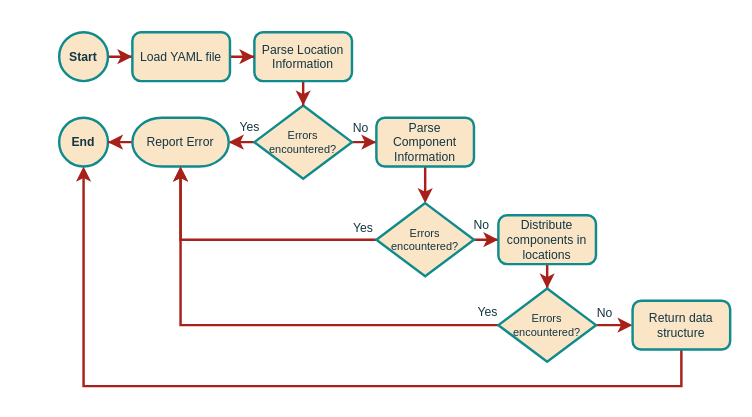
MrDahaniel/StarDuck keeps this draw.io diagram as 3. Proyecto/metamodel/LexicalFlow.drawio. Above is the earlier version. Source tidied: cells renumbered, new cells numbered last; positions are measured from the earlier drawing's top-left corner, leaving out a move shared by most shapes. Both pictures are drawn from the tidied source at 122%, with x=0, y=0 at pixel (59, 32).
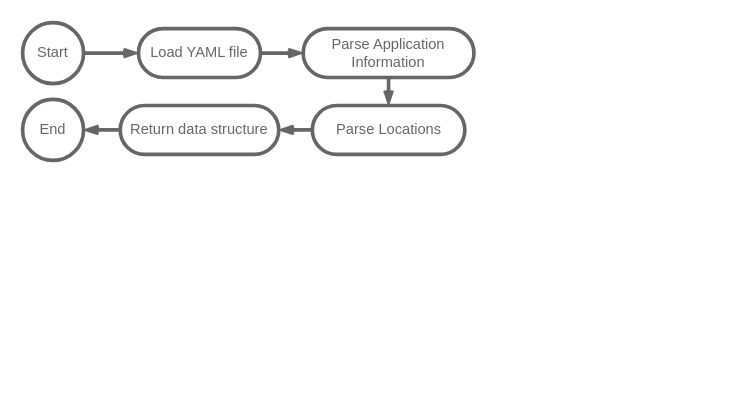
Above is the later version.

Change to the diagram source:
```diff
@@
-    <mxCell id="2" style="edgeStyle=orthogonalEdgeStyle;shape=connector;rounded=0;jettySize=auto;html=1;exitX=0;exitY=0.5;exitDx=0;exitDy=0;exitPerimeter=0;labelBackgroundColor=default;strokeColor=#A8201A;strokeWidth=2;fontFamily=Helvetica;fontSize=11;fontColor=#143642;endArrow=classic;fillColor=#FAE5C7;" parent="1" edge="1" source="4" target="16">
-      <mxGeometry relative="1" as="geometry" />
-    </mxCell>
-    <mxCell id="3" style="edgeStyle=orthogonalEdgeStyle;shape=connector;rounded=0;jettySize=auto;html=1;labelBackgroundColor=default;strokeColor=#A8201A;strokeWidth=2;fontFamily=Helvetica;fontSize=11;fontColor=#143642;endArrow=classic;fillColor=#FAE5C7;" parent="1" edge="1" source="4" target="10">
-      <mxGeometry relative="1" as="geometry" />
-    </mxCell>
-    <mxCell id="4" value="Errors &lt;br&gt;encountered?" style="strokeWidth=2;html=1;shape=mxgraph.flowchart.decision;whiteSpace=wrap;strokeColor=#0F8B8D;fontFamily=Helvetica;fontSize=9;fontColor=#143642;fillColor=#FAE5C7;" parent="1" vertex="1">
-      <mxGeometry x="160" y="60" width="80" height="60" as="geometry" />
-    </mxCell>
-    <mxCell id="5" value="End" style="strokeWidth=2;html=1;shape=mxgraph.flowchart.start_2;whiteSpace=wrap;labelBackgroundColor=none;fillColor=#FAE5C7;strokeColor=#0F8B8D;fontColor=#143642;fontSize=10;fontStyle=1;" parent="1" vertex="1">
-      <mxGeometry y="70" width="40" height="40" as="geometry" />
-    </mxCell>
-    <mxCell id="6" value="No" style="edgeLabel;html=1;align=center;verticalAlign=middle;fontSize=10;fontFamily=Helvetica;fontColor=#143642;labelBackgroundColor=none;" parent="1" vertex="1">
-      <mxGeometry x="248" y="78" as="geometry">
-        <mxPoint x="-2" y="-1" as="offset" />
-      </mxGeometry>
-    </mxCell>
-    <mxCell id="7" style="edgeStyle=orthogonalEdgeStyle;shape=connector;rounded=0;jettySize=auto;html=1;labelBackgroundColor=default;strokeColor=#A8201A;strokeWidth=2;fontFamily=Helvetica;fontSize=11;fontColor=#143642;endArrow=classic;fillColor=#FAE5C7;" parent="1" edge="1" source="8" target="14">
+    <mxCell id="7" style="edgeStyle=orthogonalEdgeStyle;shape=connector;curved=0;rounded=1;jettySize=auto;html=1;labelBackgroundColor=default;strokeColor=#666666;strokeWidth=3;fontFamily=Helvetica;fontSize=11;fontColor=default;startArrow=none;startFill=0;endArrow=openThin;endFill=0;" parent="1" edge="1" source="8" target="14">
       <mxGeometry relative="1" as="geometry" />
     </mxCell>
-    <mxCell id="8" value="Start" style="strokeWidth=2;html=1;shape=mxgraph.flowchart.start_2;whiteSpace=wrap;labelBackgroundColor=none;fillColor=#FAE5C7;strokeColor=#0F8B8D;fontColor=#143642;fontSize=10;fontStyle=1;" parent="1" vertex="1">
-      <mxGeometry width="40" height="40" as="geometry" />
+    <mxCell id="8" value="Start" style="strokeWidth=3;html=1;shape=mxgraph.flowchart.start_2;whiteSpace=wrap;labelBackgroundColor=none;fillColor=#ffffff;strokeColor=#666666;fontColor=#666666;fontSize=12;fontStyle=0;rounded=1;arcSize=50;" parent="1" vertex="1">
+      <mxGeometry x="-30" y="-8" width="50" height="50" as="geometry" />
     </mxCell>
-    <mxCell id="9" style="edgeStyle=orthogonalEdgeStyle;shape=connector;rounded=0;jettySize=auto;html=1;labelBackgroundColor=default;strokeColor=#A8201A;strokeWidth=2;fontFamily=Helvetica;fontSize=11;fontColor=#143642;endArrow=classic;fillColor=#FAE5C7;" parent="1" edge="1" source="10" target="19">
-      <mxGeometry relative="1" as="geometry" />
-    </mxCell>
+    <mxCell id="32" style="edgeStyle=orthogonalEdgeStyle;shape=connector;curved=0;rounded=1;jettySize=auto;html=1;labelBackgroundColor=default;strokeColor=#666666;strokeWidth=3;fontFamily=Helvetica;fontSize=11;fontColor=default;startArrow=none;startFill=0;endArrow=openThin;endFill=0;" parent="1" edge="1" source="10" target="27">
+      <mxGeometry relative="1" as="geometry" />
+    </mxCell>
-    <mxCell id="10" value="Parse Component&lt;br&gt;Information" style="rounded=1;whiteSpace=wrap;html=1;absoluteArcSize=1;arcSize=14;strokeWidth=2;strokeColor=#0F8B8D;fontFamily=Helvetica;fontSize=10;fontColor=#143642;fillColor=#FAE5C7;" parent="1" vertex="1">
-      <mxGeometry x="260" y="70" width="80" height="40" as="geometry" />
+    <mxCell id="10" value="Parse Locations" style="rounded=1;whiteSpace=wrap;html=1;absoluteArcSize=1;arcSize=50;strokeWidth=3;strokeColor=#666666;fontFamily=Helvetica;fontSize=12;fontColor=#666666;fillColor=#ffffff;fontStyle=0;labelBackgroundColor=none;" parent="1" vertex="1">
+      <mxGeometry x="207.5" y="60" width="125" height="40" as="geometry" />
     </mxCell>
-    <mxCell id="11" style="edgeStyle=orthogonalEdgeStyle;shape=connector;rounded=0;jettySize=auto;html=1;labelBackgroundColor=default;strokeColor=#A8201A;strokeWidth=2;fontFamily=Helvetica;fontSize=11;fontColor=#143642;endArrow=classic;fillColor=#FAE5C7;" parent="1" edge="1" source="12" target="4">
-      <mxGeometry relative="1" as="geometry" />
-    </mxCell>
+    <mxCell id="33" style="edgeStyle=orthogonalEdgeStyle;shape=connector;curved=0;rounded=1;jettySize=auto;html=1;labelBackgroundColor=default;strokeColor=#666666;strokeWidth=3;fontFamily=Helvetica;fontSize=11;fontColor=default;startArrow=none;startFill=0;endArrow=openThin;endFill=0;" parent="1" edge="1" source="12" target="10">
+      <mxGeometry relative="1" as="geometry" />
+    </mxCell>
-    <mxCell id="12" value="Parse Location&lt;br&gt;Information" style="rounded=1;whiteSpace=wrap;html=1;absoluteArcSize=1;arcSize=14;strokeWidth=2;strokeColor=#0F8B8D;fontFamily=Helvetica;fontSize=10;fontColor=#143642;fillColor=#FAE5C7;" parent="1" vertex="1">
-      <mxGeometry x="160" width="80" height="40" as="geometry" />
+    <mxCell id="12" value="Parse Application Information" style="rounded=1;whiteSpace=wrap;html=1;absoluteArcSize=1;arcSize=50;strokeWidth=3;strokeColor=#666666;fontFamily=Helvetica;fontSize=12;fontColor=#666666;fillColor=#ffffff;fontStyle=0;labelBackgroundColor=none;" parent="1" vertex="1">
+      <mxGeometry x="200" y="-3" width="140" height="40" as="geometry" />
     </mxCell>
-    <mxCell id="13" style="edgeStyle=orthogonalEdgeStyle;shape=connector;rounded=0;jettySize=auto;html=1;labelBackgroundColor=default;strokeColor=#A8201A;strokeWidth=2;fontFamily=Helvetica;fontSize=11;fontColor=#143642;endArrow=classic;fillColor=#FAE5C7;" parent="1" edge="1" source="14" target="12">
+    <mxCell id="13" style="edgeStyle=orthogonalEdgeStyle;shape=connector;curved=0;rounded=1;jettySize=auto;html=1;labelBackgroundColor=default;strokeColor=#666666;strokeWidth=3;fontFamily=Helvetica;fontSize=11;fontColor=default;startArrow=none;startFill=0;endArrow=openThin;endFill=0;" parent="1" edge="1" source="14" target="12">
       <mxGeometry relative="1" as="geometry" />
     </mxCell>
-    <mxCell id="14" value="Load YAML file" style="rounded=1;whiteSpace=wrap;html=1;absoluteArcSize=1;arcSize=14;strokeWidth=2;strokeColor=#0F8B8D;fontFamily=Helvetica;fontSize=10;fontColor=#143642;fillColor=#FAE5C7;" parent="1" vertex="1">
-      <mxGeometry x="60" width="80" height="40" as="geometry" />
+    <mxCell id="14" value="Load YAML file" style="rounded=1;whiteSpace=wrap;html=1;absoluteArcSize=1;arcSize=50;strokeWidth=3;strokeColor=#666666;fontFamily=Helvetica;fontSize=12;fontColor=#666666;fillColor=#ffffff;fontStyle=0;labelBackgroundColor=none;" parent="1" vertex="1">
+      <mxGeometry x="65" y="-3" width="100" height="40" as="geometry" />
     </mxCell>
-    <mxCell id="15" style="edgeStyle=orthogonalEdgeStyle;shape=connector;rounded=0;jettySize=auto;html=1;labelBackgroundColor=default;strokeColor=#A8201A;strokeWidth=2;fontFamily=Helvetica;fontSize=11;fontColor=#143642;endArrow=classic;fillColor=#FAE5C7;" parent="1" edge="1" source="16" target="5">
-      <mxGeometry relative="1" as="geometry" />
-    </mxCell>
-    <mxCell id="16" value="Report Error" style="strokeWidth=2;html=1;shape=mxgraph.flowchart.terminator;whiteSpace=wrap;strokeColor=#0F8B8D;fontFamily=Helvetica;fontSize=10;fontColor=#143642;fillColor=#FAE5C7;" parent="1" vertex="1">
-      <mxGeometry x="60" y="70" width="79" height="40" as="geometry" />
-    </mxCell>
-    <mxCell id="17" style="edgeStyle=orthogonalEdgeStyle;shape=connector;rounded=0;jettySize=auto;html=1;labelBackgroundColor=default;strokeColor=#A8201A;strokeWidth=2;fontFamily=Helvetica;fontSize=11;fontColor=#143642;endArrow=classic;fillColor=#FAE5C7;" parent="1" edge="1" source="19" target="21">
-      <mxGeometry relative="1" as="geometry" />
-    </mxCell>
-    <mxCell id="18" style="edgeStyle=orthogonalEdgeStyle;shape=connector;rounded=0;jettySize=auto;html=1;exitX=0;exitY=0.5;exitDx=0;exitDy=0;exitPerimeter=0;labelBackgroundColor=default;strokeColor=#A8201A;strokeWidth=2;fontFamily=Helvetica;fontSize=11;fontColor=#143642;endArrow=classic;fillColor=#FAE5C7;" parent="1" edge="1" source="19" target="16">
-      <mxGeometry relative="1" as="geometry" />
-    </mxCell>
-    <mxCell id="19" value="Errors &lt;br&gt;encountered?" style="strokeWidth=2;html=1;shape=mxgraph.flowchart.decision;whiteSpace=wrap;strokeColor=#0F8B8D;fontFamily=Helvetica;fontSize=9;fontColor=#143642;fillColor=#FAE5C7;" parent="1" vertex="1">
-      <mxGeometry x="260" y="140" width="80" height="60" as="geometry" />
-    </mxCell>
-    <mxCell id="20" style="edgeStyle=orthogonalEdgeStyle;shape=connector;rounded=0;jettySize=auto;html=1;labelBackgroundColor=default;strokeColor=#A8201A;strokeWidth=2;fontFamily=Helvetica;fontSize=11;fontColor=#143642;endArrow=classic;fillColor=#FAE5C7;" parent="1" edge="1" source="21" target="24">
-      <mxGeometry relative="1" as="geometry" />
-    </mxCell>
-    <mxCell id="21" value="Distribute components in locations" style="rounded=1;whiteSpace=wrap;html=1;absoluteArcSize=1;arcSize=14;strokeWidth=2;strokeColor=#0F8B8D;fontFamily=Helvetica;fontSize=10;fontColor=#143642;fillColor=#FAE5C7;" parent="1" vertex="1">
-      <mxGeometry x="360" y="150" width="80" height="40" as="geometry" />
-    </mxCell>
-    <mxCell id="22" style="edgeStyle=orthogonalEdgeStyle;shape=connector;rounded=0;jettySize=auto;html=1;entryX=0.5;entryY=1;entryDx=0;entryDy=0;entryPerimeter=0;labelBackgroundColor=default;strokeColor=#A8201A;strokeWidth=2;fontFamily=Helvetica;fontSize=11;fontColor=#143642;endArrow=classic;fillColor=#FAE5C7;" parent="1" edge="1" source="24" target="16">
-      <mxGeometry relative="1" as="geometry" />
-    </mxCell>
-    <mxCell id="23" style="edgeStyle=orthogonalEdgeStyle;shape=connector;rounded=0;jettySize=auto;html=1;labelBackgroundColor=default;strokeColor=#A8201A;strokeWidth=2;fontFamily=Helvetica;fontSize=11;fontColor=#143642;endArrow=classic;fillColor=#FAE5C7;" parent="1" edge="1" source="24" target="27">
-      <mxGeometry relative="1" as="geometry" />
-    </mxCell>
-    <mxCell id="24" value="Errors &lt;br&gt;encountered?" style="strokeWidth=2;html=1;shape=mxgraph.flowchart.decision;whiteSpace=wrap;strokeColor=#0F8B8D;fontFamily=Helvetica;fontSize=9;fontColor=#143642;fillColor=#FAE5C7;" parent="1" vertex="1">
-      <mxGeometry x="360" y="210" width="80" height="60" as="geometry" />
-    </mxCell>
-    <mxCell id="25" value="Yes" style="edgeLabel;html=1;align=center;verticalAlign=middle;fontSize=10;fontFamily=Helvetica;fontColor=#143642;labelBackgroundColor=none;" parent="1" vertex="1">
-      <mxGeometry x="157" y="77" as="geometry">
-        <mxPoint x="-2" y="-1" as="offset" />
-      </mxGeometry>
-    </mxCell>
-    <mxCell id="26" style="edgeStyle=orthogonalEdgeStyle;shape=connector;rounded=0;jettySize=auto;html=1;entryX=0.5;entryY=1;entryDx=0;entryDy=0;entryPerimeter=0;labelBackgroundColor=default;strokeColor=#A8201A;strokeWidth=2;fontFamily=Helvetica;fontSize=11;fontColor=#143642;endArrow=classic;fillColor=#FAE5C7;" parent="1" edge="1" source="27" target="5">
-      <mxGeometry relative="1" as="geometry">
-        <Array as="points">
-          <mxPoint x="510" y="290" />
-          <mxPoint x="20" y="290" />
-        </Array>
-      </mxGeometry>
+    <mxCell id="26" style="edgeStyle=orthogonalEdgeStyle;shape=connector;curved=0;rounded=1;jettySize=auto;html=1;labelBackgroundColor=default;strokeColor=#666666;strokeWidth=3;fontFamily=Helvetica;fontSize=11;fontColor=default;startArrow=none;startFill=0;endArrow=openThin;endFill=0;" parent="1" edge="1" source="27" target="5">
+      <mxGeometry relative="1" as="geometry" />
     </mxCell>
-    <mxCell id="27" value="Return data structure" style="rounded=1;whiteSpace=wrap;html=1;absoluteArcSize=1;arcSize=14;strokeWidth=2;strokeColor=#0F8B8D;fontFamily=Helvetica;fontSize=10;fontColor=#143642;fillColor=#FAE5C7;" parent="1" vertex="1">
-      <mxGeometry x="470" y="220" width="80" height="40" as="geometry" />
+    <mxCell id="27" value="Return data structure" style="rounded=1;whiteSpace=wrap;html=1;absoluteArcSize=1;arcSize=50;strokeWidth=3;strokeColor=#666666;fontFamily=Helvetica;fontSize=12;fontColor=#666666;fillColor=#ffffff;fontStyle=0;labelBackgroundColor=none;" parent="1" vertex="1">
+      <mxGeometry x="50" y="60" width="130" height="40" as="geometry" />
     </mxCell>
-    <mxCell id="28" value="Yes" style="edgeLabel;html=1;align=center;verticalAlign=middle;fontSize=10;fontFamily=Helvetica;fontColor=#143642;labelBackgroundColor=none;" parent="1" vertex="1">
-      <mxGeometry x="250" y="160" as="geometry">
-        <mxPoint x="-2" y="-1" as="offset" />
-      </mxGeometry>
-    </mxCell>
-    <mxCell id="29" value="No" style="edgeLabel;html=1;align=center;verticalAlign=middle;fontSize=10;fontFamily=Helvetica;fontColor=#143642;labelBackgroundColor=none;" parent="1" vertex="1">
-      <mxGeometry x="347" y="158" as="geometry">
-        <mxPoint x="-2" y="-1" as="offset" />
-      </mxGeometry>
-    </mxCell>
-    <mxCell id="30" value="Yes" style="edgeLabel;html=1;align=center;verticalAlign=middle;fontSize=10;fontFamily=Helvetica;fontColor=#143642;labelBackgroundColor=none;" parent="1" vertex="1">
-      <mxGeometry x="352" y="229" as="geometry">
-        <mxPoint x="-2" y="-1" as="offset" />
-      </mxGeometry>
-    </mxCell>
-    <mxCell id="31" value="No" style="edgeLabel;html=1;align=center;verticalAlign=middle;fontSize=10;fontFamily=Helvetica;fontColor=#143642;labelBackgroundColor=none;" parent="1" vertex="1">
-      <mxGeometry x="448" y="230" as="geometry">
-        <mxPoint x="-2" y="-1" as="offset" />
-      </mxGeometry>
-    </mxCell>
+    <mxCell id="5" value="End" style="strokeWidth=3;html=1;shape=mxgraph.flowchart.start_2;whiteSpace=wrap;labelBackgroundColor=none;fillColor=#ffffff;strokeColor=#666666;fontColor=#666666;fontSize=12;fontStyle=0;rounded=1;arcSize=50;" parent="1" vertex="1">
+      <mxGeometry x="-30" y="55" width="50" height="50" as="geometry" />
+    </mxCell>
```
